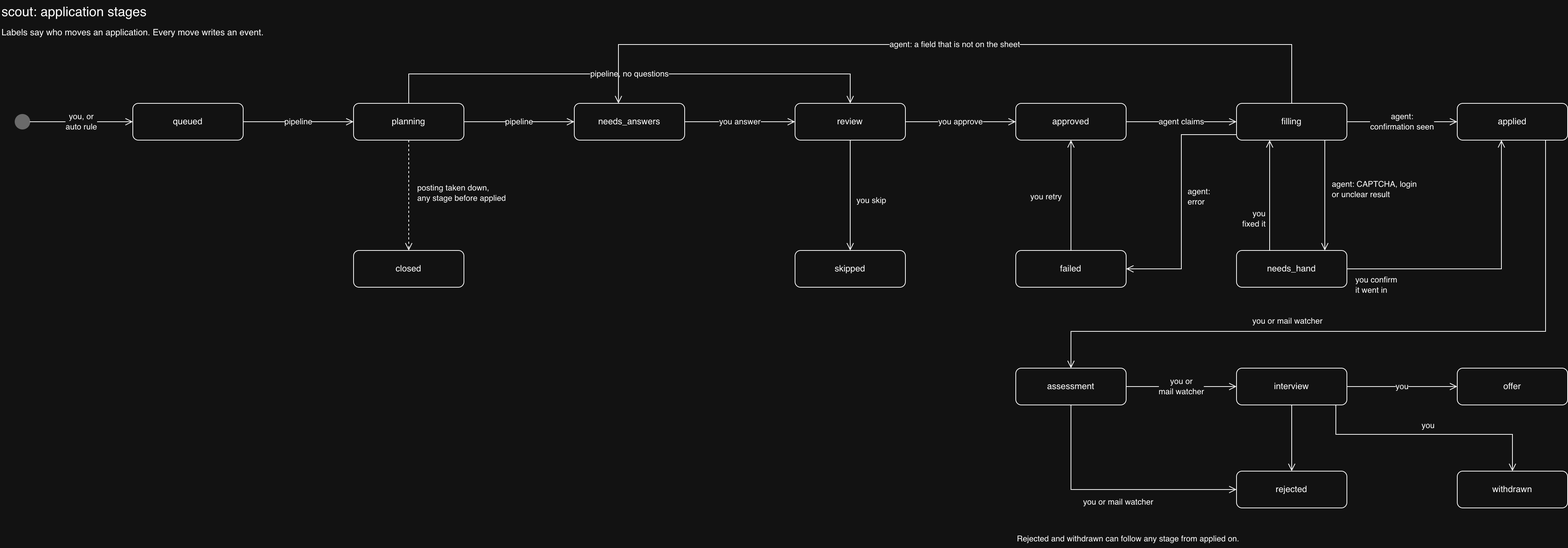
Before: docs/images/stages.png, a diagram exported from draw.io (Sashreek007/scout). Source tidied: cells renumbered, new cells last; positions are measured from the earlier drawing's top-left corner, leaving out a move shared by most shapes.
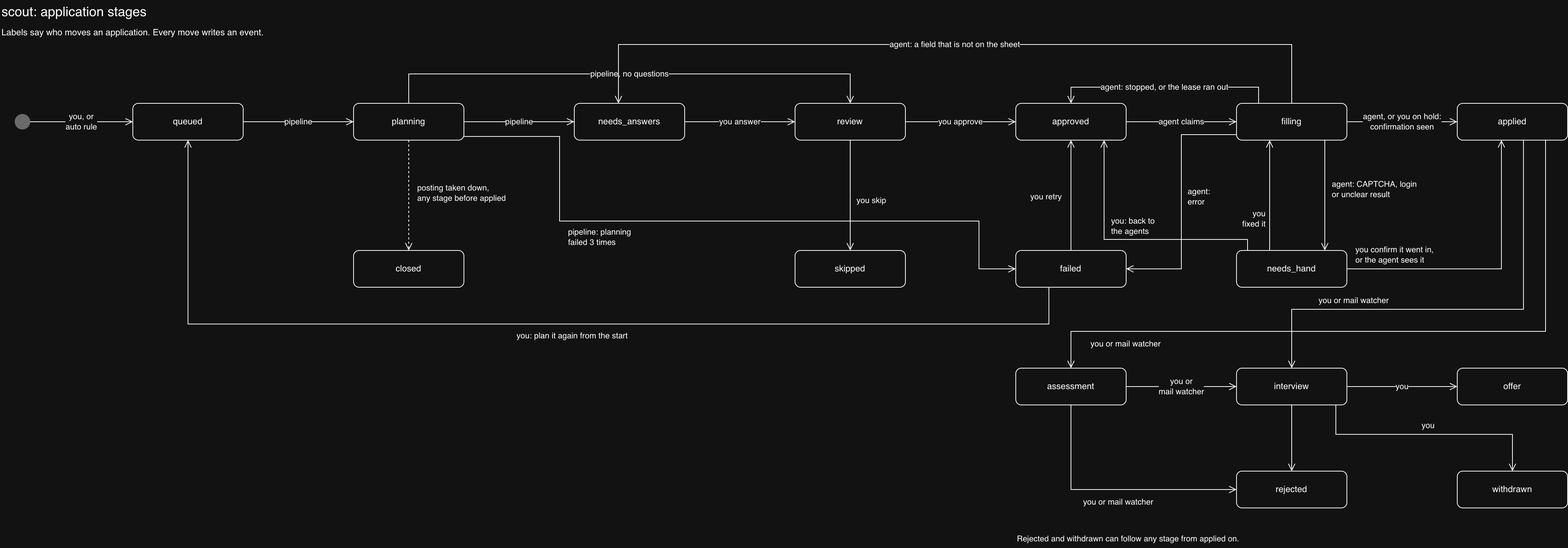
After the change.

Diff of the diagram source:
```diff
@@ -77,7 +77,7 @@
     <mxCell id="26" value="agent claims" style="edgeStyle=orthogonalEdgeStyle;rounded=0;html=1;endArrow=open;endSize=8;exitX=1;exitY=0.5;entryX=0;entryY=0.5;fontSize=11;" parent="1" edge="1" source="9" target="10">
       <mxGeometry relative="1" as="geometry" />
     </mxCell>
-    <mxCell id="27" value="agent:&lt;br&gt;confirmation seen" style="edgeStyle=orthogonalEdgeStyle;rounded=0;html=1;endArrow=open;endSize=8;fontSize=11;" parent="1" edge="1" source="10" target="11">
+    <mxCell id="27" value="agent, or you on hold:&lt;br&gt;confirmation seen" style="edgeStyle=orthogonalEdgeStyle;rounded=0;html=1;endArrow=open;endSize=8;fontSize=11;" parent="1" edge="1" source="10" target="11">
       <mxGeometry relative="1" as="geometry" />
     </mxCell>
     <mxCell id="28" value="pipeline, no questions" style="edgeStyle=orthogonalEdgeStyle;rounded=0;html=1;endArrow=open;endSize=8;exitX=0.5;exitY=0;entryX=0.5;entryY=0;fontSize=11;" parent="1" edge="1" source="6" target="8">
@@ -96,100 +96,154 @@
         </Array>
       </mxGeometry>
     </mxCell>
-    <mxCell id="30" style="edgeStyle=orthogonalEdgeStyle;rounded=0;html=1;endArrow=open;endSize=8;exitX=0.5;exitY=1;entryX=0.5;entryY=0;dashed=1;" parent="1" edge="1" source="6" target="12">
-      <mxGeometry relative="1" as="geometry" />
+    <mxCell id="30" value="agent: stopped, or the lease ran out" style="edgeStyle=orthogonalEdgeStyle;rounded=0;html=1;endArrow=open;endSize=8;exitX=0.2;exitY=0;entryX=0.5;entryY=0;fontSize=11;" parent="1" edge="1" source="10" target="9">
+      <mxGeometry relative="1" as="geometry">
+        <Array as="points">
+          <mxPoint x="1710" y="118" />
+          <mxPoint x="1455" y="118" />
+        </Array>
+      </mxGeometry>
     </mxCell>
-    <mxCell id="31" value="posting taken down,&lt;br&gt;any stage before applied" style="rounded=0;whiteSpace=wrap;html=1;text;strokeColor=none;fillColor=none;align=left;verticalAlign=middle;fontSize=11;" parent="1" vertex="1">
-      <mxGeometry x="565" y="245" width="170" height="34" as="geometry" />
+    <mxCell id="31" style="edgeStyle=orthogonalEdgeStyle;rounded=0;html=1;endArrow=open;endSize=8;exitX=0.5;exitY=1;entryX=0.5;entryY=0;dashed=1;" parent="1" edge="1" source="6" target="12">
+      <mxGeometry relative="1" as="geometry" />
     </mxCell>
-    <mxCell id="32" style="edgeStyle=orthogonalEdgeStyle;rounded=0;html=1;endArrow=open;endSize=8;exitX=0.5;exitY=1;entryX=0.5;entryY=0;" parent="1" edge="1" source="8" target="13">
-      <mxGeometry relative="1" as="geometry" />
+    <mxCell id="32" value="posting taken down,&lt;br&gt;any stage before applied" style="rounded=0;whiteSpace=wrap;html=1;text;strokeColor=none;fillColor=none;align=left;verticalAlign=middle;fontSize=11;" parent="1" vertex="1">
+      <mxGeometry x="565" y="245" width="170" height="34" as="geometry" />
     </mxCell>
-    <mxCell id="33" value="you skip" style="rounded=0;whiteSpace=wrap;html=1;text;strokeColor=none;fillColor=none;align=left;verticalAlign=middle;fontSize=11;" parent="1" vertex="1">
-      <mxGeometry x="1162" y="255" width="80" height="34" as="geometry" />
+    <mxCell id="33" style="edgeStyle=orthogonalEdgeStyle;rounded=0;html=1;endArrow=open;endSize=8;exitX=1;exitY=0.9;entryX=0;entryY=0.5;" parent="1" edge="1" source="6" target="14">
+      <mxGeometry relative="1" as="geometry">
+        <Array as="points">
+          <mxPoint x="760" y="185" />
+          <mxPoint x="760" y="300" />
+          <mxPoint x="1330" y="300" />
+          <mxPoint x="1330" y="365" />
+        </Array>
+      </mxGeometry>
     </mxCell>
-    <mxCell id="34" style="edgeStyle=orthogonalEdgeStyle;rounded=0;html=1;endArrow=open;endSize=8;exitX=0;exitY=0.85;entryX=1;entryY=0.5;" parent="1" edge="1" source="10" target="14">
-      <mxGeometry relative="1" as="geometry">
-        <Array as="points">
-          <mxPoint x="1605" y="182" />
-          <mxPoint x="1605" y="365" />
-        </Array>
-      </mxGeometry>
+    <mxCell id="34" value="pipeline: planning&lt;br&gt;failed 3 times" style="rounded=0;whiteSpace=wrap;html=1;text;strokeColor=none;fillColor=none;align=left;verticalAlign=middle;fontSize=11;" parent="1" vertex="1">
+      <mxGeometry x="770" y="305" width="150" height="34" as="geometry" />
     </mxCell>
-    <mxCell id="35" value="agent:&lt;br&gt;error" style="rounded=0;whiteSpace=wrap;html=1;text;strokeColor=none;fillColor=none;align=left;verticalAlign=middle;fontSize=11;" parent="1" vertex="1">
-      <mxGeometry x="1612" y="250" width="60" height="34" as="geometry" />
+    <mxCell id="35" style="edgeStyle=orthogonalEdgeStyle;rounded=0;html=1;endArrow=open;endSize=8;exitX=0.5;exitY=1;entryX=0.5;entryY=0;" parent="1" edge="1" source="8" target="13">
+      <mxGeometry relative="1" as="geometry" />
     </mxCell>
-    <mxCell id="36" style="edgeStyle=orthogonalEdgeStyle;rounded=0;html=1;endArrow=open;endSize=8;exitX=0.5;exitY=0;entryX=0.5;entryY=1;" parent="1" edge="1" source="14" target="9">
-      <mxGeometry relative="1" as="geometry" />
+    <mxCell id="36" value="you skip" style="rounded=0;whiteSpace=wrap;html=1;text;strokeColor=none;fillColor=none;align=left;verticalAlign=middle;fontSize=11;" parent="1" vertex="1">
+      <mxGeometry x="1162" y="255" width="80" height="34" as="geometry" />
     </mxCell>
-    <mxCell id="37" value="you retry" style="rounded=0;whiteSpace=wrap;html=1;text;strokeColor=none;fillColor=none;align=right;verticalAlign=middle;fontSize=11;" parent="1" vertex="1">
-      <mxGeometry x="1385" y="255" width="60" height="24" as="geometry" />
+    <mxCell id="37" style="edgeStyle=orthogonalEdgeStyle;rounded=0;html=1;endArrow=open;endSize=8;exitX=0;exitY=0.85;entryX=1;entryY=0.5;" parent="1" edge="1" source="10" target="14">
+      <mxGeometry relative="1" as="geometry">
+        <Array as="points">
+          <mxPoint x="1605" y="182" />
+          <mxPoint x="1605" y="365" />
+        </Array>
+      </mxGeometry>
     </mxCell>
-    <mxCell id="38" style="edgeStyle=orthogonalEdgeStyle;rounded=0;html=1;endArrow=open;endSize=8;exitX=0.8;exitY=1;entryX=0.8;entryY=0;" parent="1" edge="1" source="10" target="15">
-      <mxGeometry relative="1" as="geometry" />
+    <mxCell id="38" value="agent:&lt;br&gt;error" style="rounded=0;whiteSpace=wrap;html=1;text;strokeColor=none;fillColor=none;align=left;verticalAlign=middle;fontSize=11;" parent="1" vertex="1">
+      <mxGeometry x="1612" y="250" width="60" height="34" as="geometry" />
     </mxCell>
-    <mxCell id="39" value="agent: CAPTCHA, login&lt;br&gt;or unclear result" style="rounded=0;whiteSpace=wrap;html=1;text;strokeColor=none;fillColor=none;align=left;verticalAlign=middle;fontSize=11;" parent="1" vertex="1">
-      <mxGeometry x="1808" y="240" width="160" height="34" as="geometry" />
+    <mxCell id="39" style="edgeStyle=orthogonalEdgeStyle;rounded=0;html=1;endArrow=open;endSize=8;exitX=0.5;exitY=0;entryX=0.5;entryY=1;" parent="1" edge="1" source="14" target="9">
+      <mxGeometry relative="1" as="geometry" />
     </mxCell>
-    <mxCell id="40" style="edgeStyle=orthogonalEdgeStyle;rounded=0;html=1;endArrow=open;endSize=8;exitX=0.3;exitY=0;entryX=0.3;entryY=1;" parent="1" edge="1" source="15" target="10">
-      <mxGeometry relative="1" as="geometry" />
+    <mxCell id="40" value="you retry" style="rounded=0;whiteSpace=wrap;html=1;text;strokeColor=none;fillColor=none;align=right;verticalAlign=middle;fontSize=11;" parent="1" vertex="1">
+      <mxGeometry x="1385" y="255" width="60" height="24" as="geometry" />
     </mxCell>
-    <mxCell id="41" value="you&lt;br&gt;fixed it" style="rounded=0;whiteSpace=wrap;html=1;text;strokeColor=none;fillColor=none;align=right;verticalAlign=middle;fontSize=11;" parent="1" vertex="1">
-      <mxGeometry x="1660" y="280" width="62" height="34" as="geometry" />
+    <mxCell id="41" style="edgeStyle=orthogonalEdgeStyle;rounded=0;html=1;endArrow=open;endSize=8;exitX=0.3;exitY=1;entryX=0.5;entryY=1;" parent="1" edge="1" source="14" target="5">
+      <mxGeometry relative="1" as="geometry">
+        <Array as="points">
+          <mxPoint x="1425" y="440" />
+          <mxPoint x="255" y="440" />
+        </Array>
+      </mxGeometry>
     </mxCell>
-    <mxCell id="42" style="edgeStyle=orthogonalEdgeStyle;rounded=0;html=1;endArrow=open;endSize=8;exitX=1;exitY=0.5;entryX=0.4;entryY=1;" parent="1" edge="1" source="15" target="11">
-      <mxGeometry relative="1" as="geometry">
-        <Array as="points">
-          <mxPoint x="2040" y="365" />
-        </Array>
-      </mxGeometry>
+    <mxCell id="42" value="you: plan it again from the start" style="rounded=0;whiteSpace=wrap;html=1;text;strokeColor=none;fillColor=none;align=left;verticalAlign=middle;fontSize=11;" parent="1" vertex="1">
+      <mxGeometry x="700" y="444" width="220" height="24" as="geometry" />
     </mxCell>
-    <mxCell id="43" value="you confirm&lt;br&gt;it went in" style="rounded=0;whiteSpace=wrap;html=1;text;strokeColor=none;fillColor=none;align=left;verticalAlign=middle;fontSize=11;" parent="1" vertex="1">
-      <mxGeometry x="1840" y="370" width="120" height="34" as="geometry" />
+    <mxCell id="43" style="edgeStyle=orthogonalEdgeStyle;rounded=0;html=1;endArrow=open;endSize=8;exitX=0.8;exitY=1;entryX=0.8;entryY=0;" parent="1" edge="1" source="10" target="15">
+      <mxGeometry relative="1" as="geometry" />
     </mxCell>
-    <mxCell id="44" style="edgeStyle=orthogonalEdgeStyle;rounded=0;html=1;endArrow=open;endSize=8;exitX=0.8;exitY=1;entryX=0.5;entryY=0;" parent="1" edge="1" source="11" target="16">
-      <mxGeometry relative="1" as="geometry">
-        <Array as="points">
-          <mxPoint x="2100" y="450" />
-          <mxPoint x="1455" y="450" />
-        </Array>
-      </mxGeometry>
+    <mxCell id="44" value="agent: CAPTCHA, login&lt;br&gt;or unclear result" style="rounded=0;whiteSpace=wrap;html=1;text;strokeColor=none;fillColor=none;align=left;verticalAlign=middle;fontSize=11;" parent="1" vertex="1">
+      <mxGeometry x="1808" y="240" width="160" height="34" as="geometry" />
     </mxCell>
-    <mxCell id="45" value="you or mail watcher" style="rounded=0;whiteSpace=wrap;html=1;text;strokeColor=none;fillColor=none;align=left;verticalAlign=middle;fontSize=11;" parent="1" vertex="1">
-      <mxGeometry x="1700" y="424" width="160" height="24" as="geometry" />
+    <mxCell id="45" style="edgeStyle=orthogonalEdgeStyle;rounded=0;html=1;endArrow=open;endSize=8;exitX=0.3;exitY=0;entryX=0.3;entryY=1;" parent="1" edge="1" source="15" target="10">
+      <mxGeometry relative="1" as="geometry" />
     </mxCell>
-    <mxCell id="46" value="you or&lt;br&gt;mail watcher" style="edgeStyle=orthogonalEdgeStyle;rounded=0;html=1;endArrow=open;endSize=8;fontSize=11;" parent="1" edge="1" source="16" target="17">
-      <mxGeometry relative="1" as="geometry" />
+    <mxCell id="46" value="you&lt;br&gt;fixed it" style="rounded=0;whiteSpace=wrap;html=1;text;strokeColor=none;fillColor=none;align=right;verticalAlign=middle;fontSize=11;" parent="1" vertex="1">
+      <mxGeometry x="1660" y="280" width="62" height="34" as="geometry" />
     </mxCell>
-    <mxCell id="47" value="you" style="edgeStyle=orthogonalEdgeStyle;rounded=0;html=1;endArrow=open;endSize=8;fontSize=11;" parent="1" edge="1" source="17" target="18">
-      <mxGeometry relative="1" as="geometry" />
+    <mxCell id="47" style="edgeStyle=orthogonalEdgeStyle;rounded=0;html=1;endArrow=open;endSize=8;exitX=0.1;exitY=0;entryX=0.8;entryY=1;" parent="1" edge="1" source="15" target="9">
+      <mxGeometry relative="1" as="geometry">
+        <Array as="points">
+          <mxPoint x="1695" y="325" />
+          <mxPoint x="1500" y="325" />
+        </Array>
+      </mxGeometry>
     </mxCell>
-    <mxCell id="48" style="edgeStyle=orthogonalEdgeStyle;rounded=0;html=1;endArrow=open;endSize=8;exitX=0.5;exitY=1;entryX=0;entryY=0.5;" parent="1" edge="1" source="16" target="19">
-      <mxGeometry relative="1" as="geometry">
-        <Array as="points">
-          <mxPoint x="1455" y="665" />
-        </Array>
-      </mxGeometry>
+    <mxCell id="48" value="you: back to&lt;br&gt;the agents" style="rounded=0;whiteSpace=wrap;html=1;text;strokeColor=none;fillColor=none;align=left;verticalAlign=middle;fontSize=11;" parent="1" vertex="1">
+      <mxGeometry x="1508" y="291" width="95" height="32" as="geometry" />
     </mxCell>
-    <mxCell id="49" value="you or mail watcher" style="rounded=0;whiteSpace=wrap;html=1;text;strokeColor=none;fillColor=none;align=left;verticalAlign=middle;fontSize=11;" parent="1" vertex="1">
-      <mxGeometry x="1470" y="670" width="160" height="24" as="geometry" />
+    <mxCell id="49" style="edgeStyle=orthogonalEdgeStyle;rounded=0;html=1;endArrow=open;endSize=8;exitX=1;exitY=0.5;entryX=0.4;entryY=1;" parent="1" edge="1" source="15" target="11">
+      <mxGeometry relative="1" as="geometry">
+        <Array as="points">
+          <mxPoint x="2040" y="365" />
+        </Array>
+      </mxGeometry>
     </mxCell>
-    <mxCell id="50" style="edgeStyle=orthogonalEdgeStyle;rounded=0;html=1;endArrow=open;endSize=8;exitX=0.5;exitY=1;entryX=0.5;entryY=0;" parent="1" edge="1" source="17" target="19">
-      <mxGeometry relative="1" as="geometry" />
+    <mxCell id="50" value="you confirm it went in,&lt;br&gt;or the agent sees it" style="rounded=0;whiteSpace=wrap;html=1;text;strokeColor=none;fillColor=none;align=left;verticalAlign=middle;fontSize=11;" parent="1" vertex="1">
+      <mxGeometry x="1840" y="329" width="150" height="34" as="geometry" />
     </mxCell>
-    <mxCell id="51" style="edgeStyle=orthogonalEdgeStyle;rounded=0;html=1;endArrow=open;endSize=8;exitX=0.9;exitY=1;entryX=0.5;entryY=0;" parent="1" edge="1" source="17" target="20">
+    <mxCell id="51" style="edgeStyle=orthogonalEdgeStyle;rounded=0;html=1;endArrow=open;endSize=8;exitX=0.8;exitY=1;entryX=0.5;entryY=0;" parent="1" edge="1" source="11" target="16">
       <mxGeometry relative="1" as="geometry">
         <Array as="points">
-          <mxPoint x="1815" y="590" />
-          <mxPoint x="2055" y="590" />
+          <mxPoint x="2100" y="450" />
+          <mxPoint x="1455" y="450" />
         </Array>
       </mxGeometry>
     </mxCell>
-    <mxCell id="52" value="you" style="rounded=0;whiteSpace=wrap;html=1;text;strokeColor=none;fillColor=none;align=left;verticalAlign=middle;fontSize=11;" parent="1" vertex="1">
-      <mxGeometry x="1930" y="566" width="40" height="24" as="geometry" />
+    <mxCell id="52" value="you or mail watcher" style="rounded=0;whiteSpace=wrap;html=1;text;strokeColor=none;fillColor=none;align=left;verticalAlign=middle;fontSize=11;" parent="1" vertex="1">
+      <mxGeometry x="1480" y="455" width="160" height="24" as="geometry" />
     </mxCell>
-    <mxCell id="53" value="Rejected and withdrawn can follow any stage from applied on." style="rounded=0;whiteSpace=wrap;html=1;text;strokeColor=none;fillColor=none;align=left;verticalAlign=middle;fontSize=11;" parent="1" vertex="1">
-      <mxGeometry x="1380" y="720" width="500" height="24" as="geometry" />
+    <mxCell id="53" style="edgeStyle=orthogonalEdgeStyle;rounded=0;html=1;endArrow=open;endSize=8;exitX=0.6;exitY=1;entryX=0.5;entryY=0;" parent="1" edge="1" source="11" target="17">
+      <mxGeometry relative="1" as="geometry">
+        <Array as="points">
+          <mxPoint x="2070" y="420" />
+          <mxPoint x="1755" y="420" />
+        </Array>
+      </mxGeometry>
     </mxCell>
+    <mxCell id="54" value="you or mail watcher" style="rounded=0;whiteSpace=wrap;html=1;text;strokeColor=none;fillColor=none;align=left;verticalAlign=middle;fontSize=11;" parent="1" vertex="1">
+      <mxGeometry x="1790" y="396" width="160" height="24" as="geometry" />
+    </mxCell>
+    <mxCell id="55" value="you or&lt;br&gt;mail watcher" style="edgeStyle=orthogonalEdgeStyle;rounded=0;html=1;endArrow=open;endSize=8;fontSize=11;" parent="1" edge="1" source="16" target="17">
+      <mxGeometry relative="1" as="geometry" />
+    </mxCell>
+    <mxCell id="56" value="you" style="edgeStyle=orthogonalEdgeStyle;rounded=0;html=1;endArrow=open;endSize=8;fontSize=11;" parent="1" edge="1" source="17" target="18">
+      <mxGeometry relative="1" as="geometry" />
+    </mxCell>
+    <mxCell id="57" style="edgeStyle=orthogonalEdgeStyle;rounded=0;html=1;endArrow=open;endSize=8;exitX=0.5;exitY=1;entryX=0;entryY=0.5;" parent="1" edge="1" source="16" target="19">
+      <mxGeometry relative="1" as="geometry">
+        <Array as="points">
+          <mxPoint x="1455" y="665" />
+        </Array>
+      </mxGeometry>
+    </mxCell>
+    <mxCell id="58" value="you or mail watcher" style="rounded=0;whiteSpace=wrap;html=1;text;strokeColor=none;fillColor=none;align=left;verticalAlign=middle;fontSize=11;" parent="1" vertex="1">
+      <mxGeometry x="1470" y="670" width="160" height="24" as="geometry" />
+    </mxCell>
+    <mxCell id="59" style="edgeStyle=orthogonalEdgeStyle;rounded=0;html=1;endArrow=open;endSize=8;exitX=0.5;exitY=1;entryX=0.5;entryY=0;" parent="1" edge="1" source="17" target="19">
+      <mxGeometry relative="1" as="geometry" />
+    </mxCell>
+    <mxCell id="60" style="edgeStyle=orthogonalEdgeStyle;rounded=0;html=1;endArrow=open;endSize=8;exitX=0.9;exitY=1;entryX=0.5;entryY=0;" parent="1" edge="1" source="17" target="20">
+      <mxGeometry relative="1" as="geometry">
+        <Array as="points">
+          <mxPoint x="1815" y="590" />
+          <mxPoint x="2055" y="590" />
+        </Array>
+      </mxGeometry>
+    </mxCell>
+    <mxCell id="61" value="you" style="rounded=0;whiteSpace=wrap;html=1;text;strokeColor=none;fillColor=none;align=left;verticalAlign=middle;fontSize=11;" parent="1" vertex="1">
+      <mxGeometry x="1930" y="566" width="40" height="24" as="geometry" />
+    </mxCell>
+    <mxCell id="62" value="Rejected and withdrawn can follow any stage from applied on." style="rounded=0;whiteSpace=wrap;html=1;text;strokeColor=none;fillColor=none;align=left;verticalAlign=middle;fontSize=11;" parent="1" vertex="1">
+      <mxGeometry x="1380" y="720" width="500" height="24" as="geometry" />
+    </mxCell>
   </root>
 </mxGraphModel>
```
